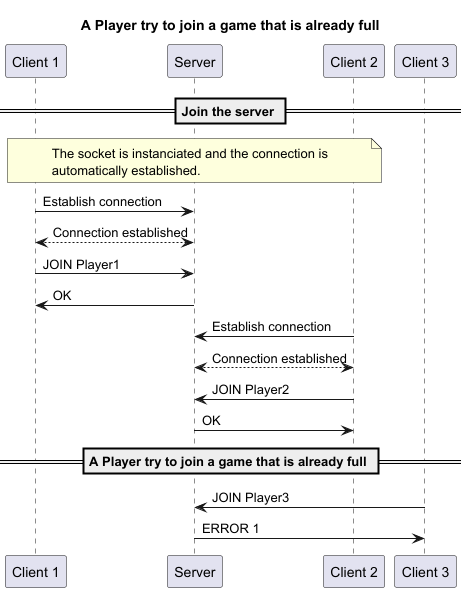
AlexB-HEIG/DAI-Practical-work-2 keeps this PlantUML diagram as doc/img/try_join_full_game-A_Player_try_to_join_a_game_that_is_already_full.png. Above is the earlier version.
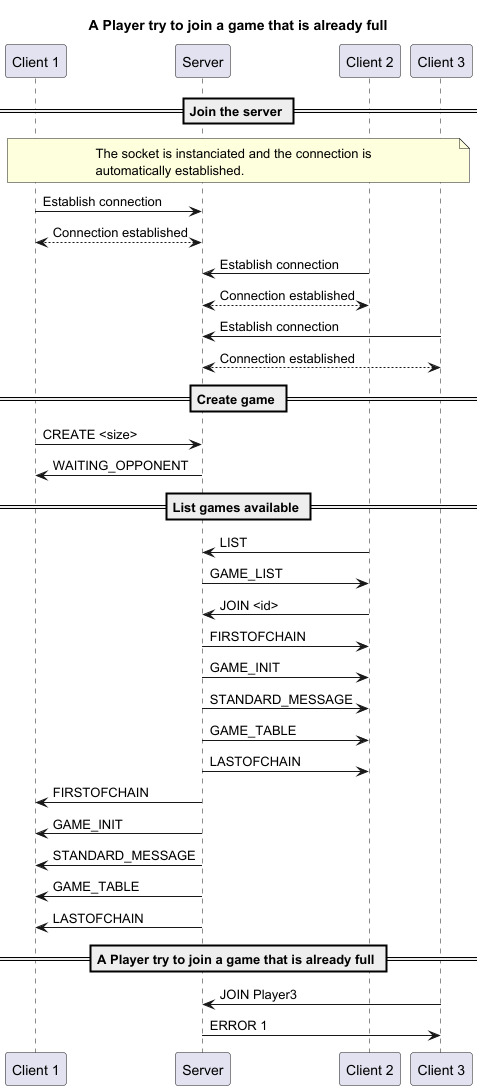
The same file after the commit.

Diff of the diagram source:
```diff
@@ -9,7 +9,7 @@
 
 == Join the server ==
 
-note over c1, c2
+note over c1, c3
 The socket is instanciated and the connection is
 automatically established.
 end note
@@ -17,14 +17,35 @@
 c1->s : Establish connection
 c1<-->s : Connection established
 
-c1->s: JOIN Player1
-s->c1: OK
-
 c2->s : Establish connection
 c2<-->s : Connection established
 
-c2->s: JOIN Player2
-s->c2: OK
+c3->s : Establish connection
+c3<-->s : Connection established
+
+== Create game ==
+
+c1->s: CREATE <size>
+s->c1: WAITING_OPPONENT
+
+== List games available ==
+
+c2->s: LIST
+s->c2: GAME_LIST
+
+c2->s: JOIN <id>
+
+s->c2: FIRSTOFCHAIN
+s->c2: GAME_INIT
+s->c2: STANDARD_MESSAGE
+s->c2: GAME_TABLE
+s->c2: LASTOFCHAIN
+
+s->c1: FIRSTOFCHAIN
+s->c1: GAME_INIT
+s->c1: STANDARD_MESSAGE
+s->c1: GAME_TABLE
+s->c1: LASTOFCHAIN
 
 == A Player try to join a game that is already full ==
 
```
